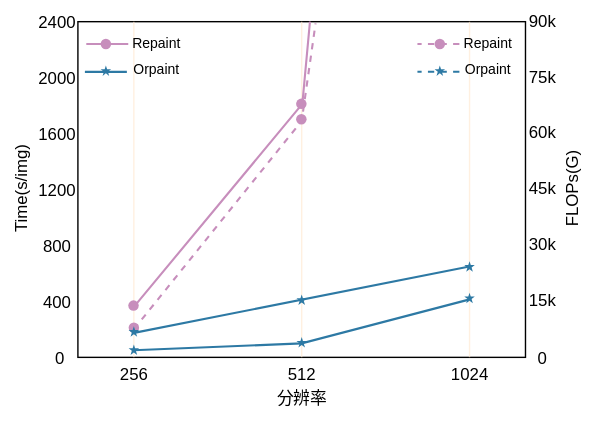
Before: img_in_paper/textunet.drawio.svg, a diagram exported from draw.io (YMlinfeng/undergraduate_thesis). Source tidied: cells renumbered, new cells last; positions are measured from the earlier drawing's top-left corner, leaving out a move shared by most shapes.
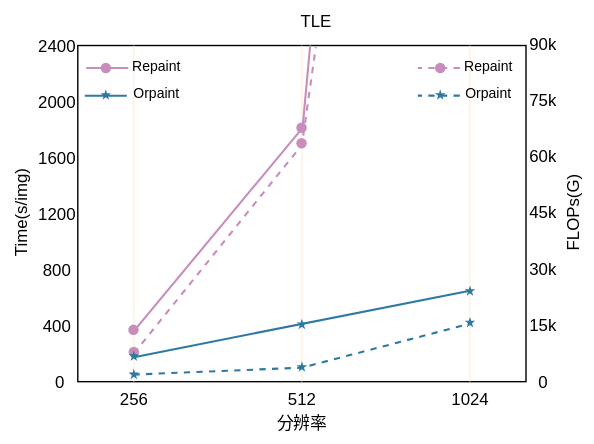
After the change.

Change to the diagram source:
```diff
@@ -177,7 +177,7 @@
     <mxCell id="47" style="verticalLabelPosition=bottom;verticalAlign=top;html=1;shape=mxgraph.basic.star;fillColor=#2d79a4;strokeColor=none;" parent="1" vertex="1">
       <mxGeometry x="361.2" y="186.2" width="7.5" height="7.5" as="geometry" />
     </mxCell>
-    <mxCell id="48" style="endArrow=none;html=1;rounded=0;strokeWidth=1.5;entryX=0.828;entryY=0.556;entryDx=0;entryDy=0;entryPerimeter=0;strokeColor=#2d79a4;exitX=0.979;exitY=0.528;exitDx=0;exitDy=0;exitPerimeter=0;" parent="1" edge="1" source="22" target="21">
+    <mxCell id="48" style="endArrow=none;html=1;rounded=0;strokeWidth=1.5;entryX=0.828;entryY=0.556;entryDx=0;entryDy=0;entryPerimeter=0;strokeColor=#2d79a4;exitX=0.979;exitY=0.528;exitDx=0;exitDy=0;exitPerimeter=0;dashed=1;" parent="1" edge="1" source="22" target="21">
       <mxGeometry relative="1" as="geometry">
         <Array as="points">
           <mxPoint x="245" y="245" />
@@ -193,5 +193,8 @@
     <mxCell id="51" style="verticalLabelPosition=bottom;verticalAlign=top;html=1;shape=mxgraph.basic.star;fillColor=#2d79a4;strokeColor=none;" parent="1" vertex="1">
       <mxGeometry x="361.2" y="208.8" width="7.5" height="7.5" as="geometry" />
     </mxCell>
+    <mxCell id="52" value="TLE" style="text;html=1;align=center;verticalAlign=middle;strokeColor=none;fillColor=none;" parent="1" vertex="1">
+      <mxGeometry x="230" y="-17" width="50" height="30" as="geometry" />
+    </mxCell>
   </root>
 </mxGraphModel>
```
